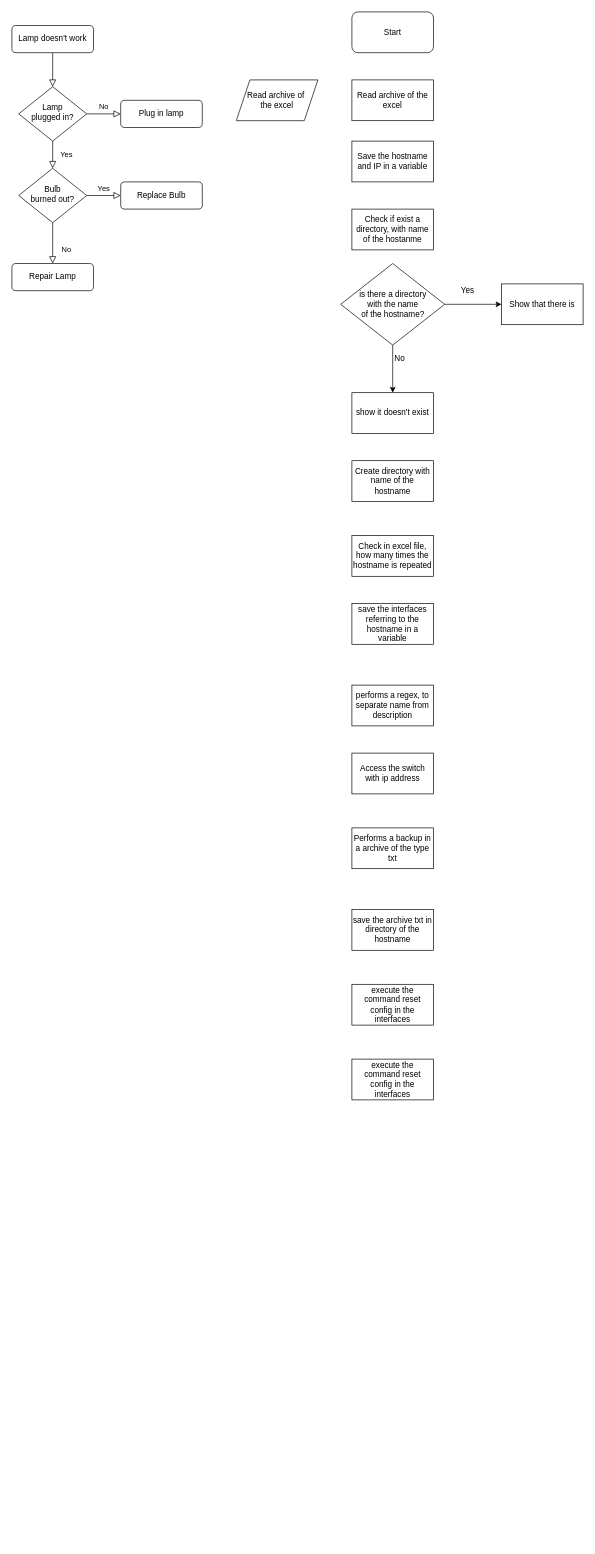
The draw.io diagram logicaScriptAutomacaoCisco.drawio in MendesMontanaro/automationCisco, before the edit. Source tidied: cells renumbered, new cells numbered last; positions are measured from the earlier drawing's top-left corner, leaving out a move shared by most shapes. Both pictures are drawn from the tidied source at 68%, with x=0, y=0 at pixel (12, 12).
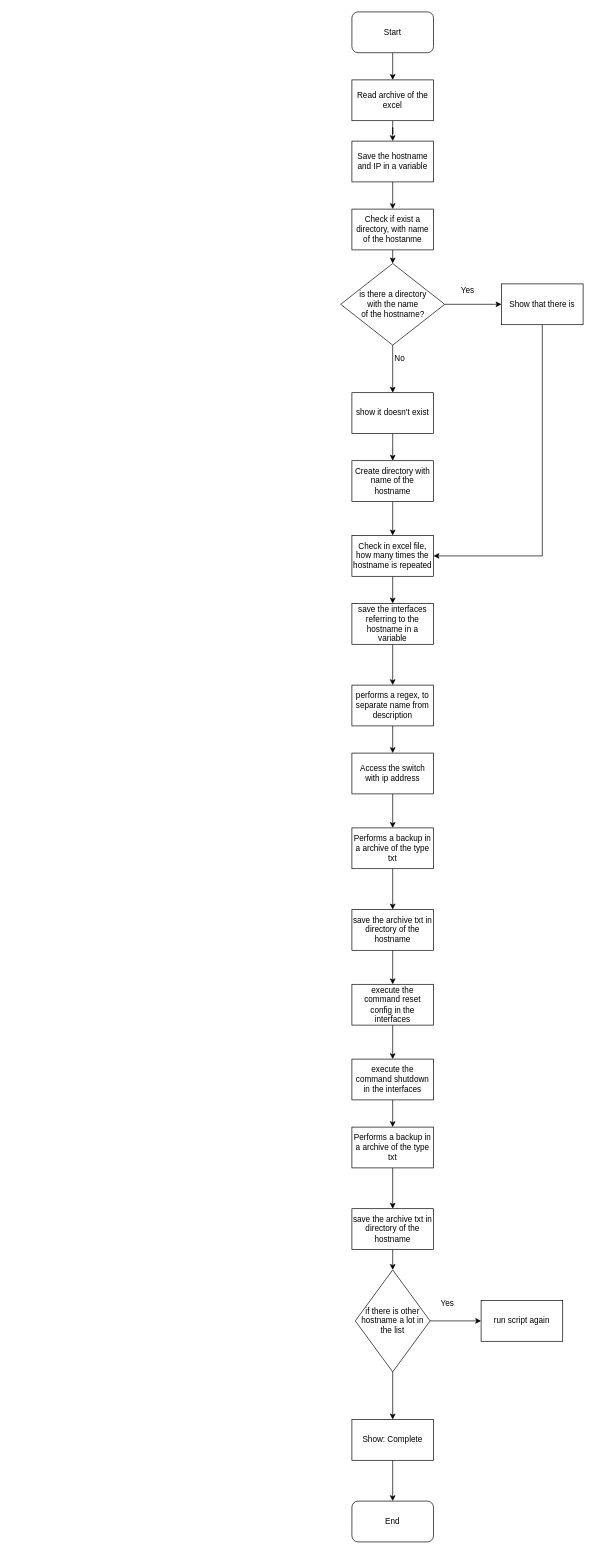
The same page after the edit.

Unchanged cells that the change refers to:
```xml
<mxCell id="13" value="Start" style="rounded=1;whiteSpace=wrap;html=1;" parent="1" vertex="1">
  <mxGeometry x="500" width="120" height="60" as="geometry" />
</mxCell>
<mxCell id="15" value="Read archive of the&lt;br&gt;excel" style="rounded=0;whiteSpace=wrap;html=1;" parent="1" vertex="1">
  <mxGeometry x="500" y="100" width="120" height="60" as="geometry" />
</mxCell>
<mxCell id="16" value="Save the hostname and IP in a variable" style="rounded=0;whiteSpace=wrap;html=1;" parent="1" vertex="1">
  <mxGeometry x="500" y="190" width="120" height="60" as="geometry" />
</mxCell>
<mxCell id="17" value="Check if exist a directory, with name of the hostanme" style="rounded=0;whiteSpace=wrap;html=1;" parent="1" vertex="1">
  <mxGeometry x="500" y="290" width="120" height="60" as="geometry" />
</mxCell>
<mxCell id="20" value="is there a directory &lt;br&gt;with the name &lt;br&gt;of the hostname?" style="rhombus;whiteSpace=wrap;html=1;" parent="1" vertex="1">
  <mxGeometry x="483.5" y="370" width="153" height="120" as="geometry" />
</mxCell>
<mxCell id="21" value="Show that there is" style="rounded=0;whiteSpace=wrap;html=1;" parent="1" vertex="1">
  <mxGeometry x="720" y="400" width="120" height="60" as="geometry" />
</mxCell>
<mxCell id="23" value="show it doesn't exist" style="rounded=0;whiteSpace=wrap;html=1;" parent="1" vertex="1">
  <mxGeometry x="500" y="560" width="120" height="60" as="geometry" />
</mxCell>
<mxCell id="25" value="Create directory with name of the hostname" style="rounded=0;whiteSpace=wrap;html=1;" parent="1" vertex="1">
  <mxGeometry x="500" y="660" width="120" height="60" as="geometry" />
</mxCell>
<mxCell id="26" value="Check in excel file, how many times the hostname is repeated" style="rounded=0;whiteSpace=wrap;html=1;" parent="1" vertex="1">
  <mxGeometry x="500" y="770" width="120" height="60" as="geometry" />
</mxCell>
<mxCell id="27" value="save the interfaces referring to the hostname in a variable" style="rounded=0;whiteSpace=wrap;html=1;" parent="1" vertex="1">
  <mxGeometry x="500" y="870" width="120" height="60" as="geometry" />
</mxCell>
<mxCell id="28" value="performs a regex, to separate name from description" style="rounded=0;whiteSpace=wrap;html=1;" parent="1" vertex="1">
  <mxGeometry x="500" y="990" width="120" height="60" as="geometry" />
</mxCell>
<mxCell id="29" value="Access the switch with ip address" style="rounded=0;whiteSpace=wrap;html=1;" parent="1" vertex="1">
  <mxGeometry x="500" y="1090" width="120" height="60" as="geometry" />
</mxCell>
<mxCell id="30" value="Performs a backup in a archive of the type txt" style="rounded=0;whiteSpace=wrap;html=1;" parent="1" vertex="1">
  <mxGeometry x="500" y="1200" width="120" height="60" as="geometry" />
</mxCell>
<mxCell id="31" value="save the archive txt in directory of the hostname" style="rounded=0;whiteSpace=wrap;html=1;" parent="1" vertex="1">
  <mxGeometry x="500" y="1320" width="120" height="60" as="geometry" />
</mxCell>
<mxCell id="32" value="execute the command reset config in the interfaces" style="rounded=0;whiteSpace=wrap;html=1;" parent="1" vertex="1">
  <mxGeometry x="500" y="1430" width="120" height="60" as="geometry" />
</mxCell>
```

Change to the diagram source:
```diff
@@
-    <mxCell id="2" style="rounded=0;html=1;jettySize=auto;fontSize=11;endArrow=block;endFill=0;endSize=8;strokeWidth=1;shadow=0;labelBackgroundColor=none;edgeStyle=orthogonalEdgeStyle;" parent="1" edge="1" source="3" target="6">
-      <mxGeometry relative="1" as="geometry" />
-    </mxCell>
-    <mxCell id="3" value="Lamp doesn't work" style="rounded=1;whiteSpace=wrap;html=1;fontSize=12;glass=0;strokeWidth=1;shadow=0;" parent="1" vertex="1">
-      <mxGeometry y="20" width="120" height="40" as="geometry" />
-    </mxCell>
-    <mxCell id="4" value="Yes" style="rounded=0;html=1;jettySize=auto;fontSize=11;endArrow=block;endFill=0;endSize=8;strokeWidth=1;shadow=0;labelBackgroundColor=none;edgeStyle=orthogonalEdgeStyle;" parent="1" edge="1" source="6" target="10">
-      <mxGeometry y="20" relative="1" as="geometry" />
-    </mxCell>
-    <mxCell id="5" value="No" style="edgeStyle=orthogonalEdgeStyle;rounded=0;html=1;jettySize=auto;fontSize=11;endArrow=block;endFill=0;endSize=8;strokeWidth=1;shadow=0;labelBackgroundColor=none;" parent="1" edge="1" source="6" target="7">
-      <mxGeometry y="10" relative="1" as="geometry" />
-    </mxCell>
-    <mxCell id="6" value="Lamp&lt;br&gt;plugged in?" style="rhombus;whiteSpace=wrap;html=1;shadow=0;fontFamily=Helvetica;fontSize=12;align=center;strokeWidth=1;spacing=6;spacingTop=-4;" parent="1" vertex="1">
-      <mxGeometry x="10" y="110" width="100" height="80" as="geometry" />
-    </mxCell>
-    <mxCell id="7" value="Plug in lamp" style="rounded=1;whiteSpace=wrap;html=1;fontSize=12;glass=0;strokeWidth=1;shadow=0;" parent="1" vertex="1">
-      <mxGeometry x="160" y="130" width="120" height="40" as="geometry" />
-    </mxCell>
-    <mxCell id="8" value="No" style="rounded=0;html=1;jettySize=auto;fontSize=11;endArrow=block;endFill=0;endSize=8;strokeWidth=1;shadow=0;labelBackgroundColor=none;edgeStyle=orthogonalEdgeStyle;" parent="1" edge="1" source="10" target="11">
-      <mxGeometry x="0.33" y="20" relative="1" as="geometry" />
-    </mxCell>
-    <mxCell id="9" value="Yes" style="edgeStyle=orthogonalEdgeStyle;rounded=0;html=1;jettySize=auto;fontSize=11;endArrow=block;endFill=0;endSize=8;strokeWidth=1;shadow=0;labelBackgroundColor=none;" parent="1" edge="1" source="10" target="12">
-      <mxGeometry y="10" relative="1" as="geometry" />
-    </mxCell>
-    <mxCell id="10" value="Bulb&lt;br&gt;burned out?" style="rhombus;whiteSpace=wrap;html=1;shadow=0;fontFamily=Helvetica;fontSize=12;align=center;strokeWidth=1;spacing=6;spacingTop=-4;" parent="1" vertex="1">
-      <mxGeometry x="10" y="230" width="100" height="80" as="geometry" />
-    </mxCell>
-    <mxCell id="11" value="Repair Lamp" style="rounded=1;whiteSpace=wrap;html=1;fontSize=12;glass=0;strokeWidth=1;shadow=0;" parent="1" vertex="1">
-      <mxGeometry y="370" width="120" height="40" as="geometry" />
-    </mxCell>
-    <mxCell id="12" value="Replace Bulb" style="rounded=1;whiteSpace=wrap;html=1;fontSize=12;glass=0;strokeWidth=1;shadow=0;" parent="1" vertex="1">
-      <mxGeometry x="160" y="250" width="120" height="40" as="geometry" />
-    </mxCell>
+    <mxCell id="34" style="edgeStyle=orthogonalEdgeStyle;rounded=0;jettySize=auto;html=1;exitX=0.5;exitY=1;exitDx=0;exitDy=0;entryX=0.5;entryY=0;entryDx=0;entryDy=0;" parent="1" edge="1" source="13" target="15">
+      <mxGeometry relative="1" as="geometry" />
+    </mxCell>
@@
-    <mxCell id="14" value="Read archive of&amp;nbsp;&lt;br&gt;the excel" style="shape=parallelogram;perimeter=parallelogramPerimeter;whiteSpace=wrap;html=1;fixedSize=1;" parent="1" vertex="1">
-      <mxGeometry x="330" y="100" width="120" height="60" as="geometry" />
-    </mxCell>
+    <mxCell id="35" style="edgeStyle=orthogonalEdgeStyle;rounded=0;jettySize=auto;html=1;exitX=0.5;exitY=1;exitDx=0;exitDy=0;" parent="1" edge="1" source="15" target="16">
+      <mxGeometry relative="1" as="geometry" />
+    </mxCell>
@@
+    <mxCell id="36" style="edgeStyle=orthogonalEdgeStyle;rounded=0;jettySize=auto;html=1;exitX=0.5;exitY=1;exitDx=0;exitDy=0;entryX=0.5;entryY=0;entryDx=0;entryDy=0;" parent="1" edge="1" source="16" target="17">
+      <mxGeometry relative="1" as="geometry" />
+    </mxCell>
@@
+    <mxCell id="37" style="edgeStyle=orthogonalEdgeStyle;rounded=0;jettySize=auto;html=1;exitX=0.5;exitY=1;exitDx=0;exitDy=0;entryX=0.5;entryY=0;entryDx=0;entryDy=0;" parent="1" edge="1" source="17" target="20">
+      <mxGeometry relative="1" as="geometry" />
+    </mxCell>
@@
+    <mxCell id="38" style="edgeStyle=orthogonalEdgeStyle;rounded=0;jettySize=auto;html=1;exitX=0.5;exitY=1;exitDx=0;exitDy=0;entryX=1;entryY=0.5;entryDx=0;entryDy=0;" parent="1" edge="1" source="21" target="26">
+      <mxGeometry relative="1" as="geometry" />
+    </mxCell>
@@
+    <mxCell id="39" style="edgeStyle=orthogonalEdgeStyle;rounded=0;jettySize=auto;html=1;exitX=0.5;exitY=1;exitDx=0;exitDy=0;" parent="1" edge="1" source="23" target="25">
+      <mxGeometry relative="1" as="geometry" />
+    </mxCell>
@@
+    <mxCell id="40" style="edgeStyle=orthogonalEdgeStyle;rounded=0;jettySize=auto;html=1;exitX=0.5;exitY=1;exitDx=0;exitDy=0;entryX=0.5;entryY=0;entryDx=0;entryDy=0;" parent="1" edge="1" source="25" target="26">
+      <mxGeometry relative="1" as="geometry" />
+    </mxCell>
@@
+    <mxCell id="41" style="edgeStyle=orthogonalEdgeStyle;rounded=0;jettySize=auto;html=1;exitX=0.5;exitY=1;exitDx=0;exitDy=0;" parent="1" edge="1" source="26" target="27">
+      <mxGeometry relative="1" as="geometry" />
+    </mxCell>
@@
+    <mxCell id="42" style="edgeStyle=orthogonalEdgeStyle;rounded=0;jettySize=auto;html=1;exitX=0.5;exitY=1;exitDx=0;exitDy=0;entryX=0.5;entryY=0;entryDx=0;entryDy=0;" parent="1" edge="1" source="27" target="28">
+      <mxGeometry relative="1" as="geometry" />
+    </mxCell>
@@
+    <mxCell id="43" style="edgeStyle=orthogonalEdgeStyle;rounded=0;jettySize=auto;html=1;exitX=0.5;exitY=1;exitDx=0;exitDy=0;entryX=0.5;entryY=0;entryDx=0;entryDy=0;" parent="1" edge="1" source="28" target="29">
+      <mxGeometry relative="1" as="geometry" />
+    </mxCell>
@@
+    <mxCell id="44" style="edgeStyle=orthogonalEdgeStyle;rounded=0;jettySize=auto;html=1;exitX=0.5;exitY=1;exitDx=0;exitDy=0;entryX=0.5;entryY=0;entryDx=0;entryDy=0;" parent="1" edge="1" source="29" target="30">
+      <mxGeometry relative="1" as="geometry" />
+    </mxCell>
@@
+    <mxCell id="45" style="edgeStyle=orthogonalEdgeStyle;rounded=0;jettySize=auto;html=1;exitX=0.5;exitY=1;exitDx=0;exitDy=0;entryX=0.5;entryY=0;entryDx=0;entryDy=0;" parent="1" edge="1" source="30" target="31">
+      <mxGeometry relative="1" as="geometry" />
+    </mxCell>
@@
+    <mxCell id="46" style="edgeStyle=orthogonalEdgeStyle;rounded=0;jettySize=auto;html=1;exitX=0.5;exitY=1;exitDx=0;exitDy=0;" parent="1" edge="1" source="31" target="32">
+      <mxGeometry relative="1" as="geometry" />
+    </mxCell>
@@
+    <mxCell id="47" style="edgeStyle=orthogonalEdgeStyle;rounded=0;jettySize=auto;html=1;exitX=0.5;exitY=1;exitDx=0;exitDy=0;" parent="1" edge="1" source="32" target="33">
+      <mxGeometry relative="1" as="geometry" />
+    </mxCell>
@@
+    <mxCell id="48" style="edgeStyle=orthogonalEdgeStyle;rounded=0;jettySize=auto;html=1;exitX=0.5;exitY=1;exitDx=0;exitDy=0;entryX=0.5;entryY=0;entryDx=0;entryDy=0;" parent="1" edge="1" source="33" target="50">
+      <mxGeometry relative="1" as="geometry" />
+    </mxCell>
-    <mxCell id="33" value="execute the command reset config in the interfaces" style="rounded=0;whiteSpace=wrap;html=1;" parent="1" vertex="1">
+    <mxCell id="33" value="execute the command shutdown in the interfaces" style="rounded=0;whiteSpace=wrap;html=1;" parent="1" vertex="1">
       <mxGeometry x="500" y="1540" width="120" height="60" as="geometry" />
     </mxCell>
+    <mxCell id="49" style="edgeStyle=orthogonalEdgeStyle;rounded=0;jettySize=auto;html=1;exitX=0.5;exitY=1;exitDx=0;exitDy=0;" parent="1" edge="1" source="50" target="52">
+      <mxGeometry relative="1" as="geometry" />
+    </mxCell>
+    <mxCell id="50" value="Performs a backup in a archive of the type txt" style="rounded=0;whiteSpace=wrap;html=1;" parent="1" vertex="1">
+      <mxGeometry x="500" y="1640" width="120" height="60" as="geometry" />
+    </mxCell>
+    <mxCell id="51" style="edgeStyle=orthogonalEdgeStyle;rounded=0;jettySize=auto;html=1;exitX=0.5;exitY=1;exitDx=0;exitDy=0;entryX=0.5;entryY=0;entryDx=0;entryDy=0;" parent="1" edge="1" source="52" target="55">
+      <mxGeometry relative="1" as="geometry" />
+    </mxCell>
+    <mxCell id="52" value="save the archive txt in directory of the hostname" style="rounded=0;whiteSpace=wrap;html=1;" parent="1" vertex="1">
+      <mxGeometry x="500" y="1760" width="120" height="60" as="geometry" />
+    </mxCell>
+    <mxCell id="53" style="edgeStyle=orthogonalEdgeStyle;rounded=0;jettySize=auto;html=1;exitX=1;exitY=0.5;exitDx=0;exitDy=0;entryX=0;entryY=0.5;entryDx=0;entryDy=0;" parent="1" edge="1" source="55" target="56">
+      <mxGeometry relative="1" as="geometry" />
+    </mxCell>
+    <mxCell id="54" style="edgeStyle=orthogonalEdgeStyle;rounded=0;jettySize=auto;html=1;exitX=0.5;exitY=1;exitDx=0;exitDy=0;entryX=0.5;entryY=0;entryDx=0;entryDy=0;" parent="1" edge="1" source="55" target="58">
+      <mxGeometry relative="1" as="geometry" />
+    </mxCell>
+    <mxCell id="55" value="if there is other hostname a lot in the list" style="rhombus;whiteSpace=wrap;html=1;" parent="1" vertex="1">
+      <mxGeometry x="505" y="1850" width="110" height="150" as="geometry" />
+    </mxCell>
+    <mxCell id="56" value="run script again" style="rounded=0;whiteSpace=wrap;html=1;" parent="1" vertex="1">
+      <mxGeometry x="690" y="1895" width="120" height="60" as="geometry" />
+    </mxCell>
+    <mxCell id="57" style="edgeStyle=orthogonalEdgeStyle;rounded=0;jettySize=auto;html=1;exitX=0.5;exitY=1;exitDx=0;exitDy=0;entryX=0.5;entryY=0;entryDx=0;entryDy=0;" parent="1" edge="1" source="58" target="60">
+      <mxGeometry relative="1" as="geometry" />
+    </mxCell>
+    <mxCell id="58" value="Show: Complete" style="rounded=0;whiteSpace=wrap;html=1;" parent="1" vertex="1">
+      <mxGeometry x="500" y="2070" width="120" height="60" as="geometry" />
+    </mxCell>
+    <mxCell id="59" value="Yes" style="text;html=1;align=center;verticalAlign=middle;strokeColor=none;fillColor=none;" parent="1" vertex="1">
+      <mxGeometry x="620" y="1890" width="40" height="20" as="geometry" />
+    </mxCell>
+    <mxCell id="60" value="End" style="rounded=1;whiteSpace=wrap;html=1;" parent="1" vertex="1">
+      <mxGeometry x="500" y="2190" width="120" height="60" as="geometry" />
+    </mxCell>
```
